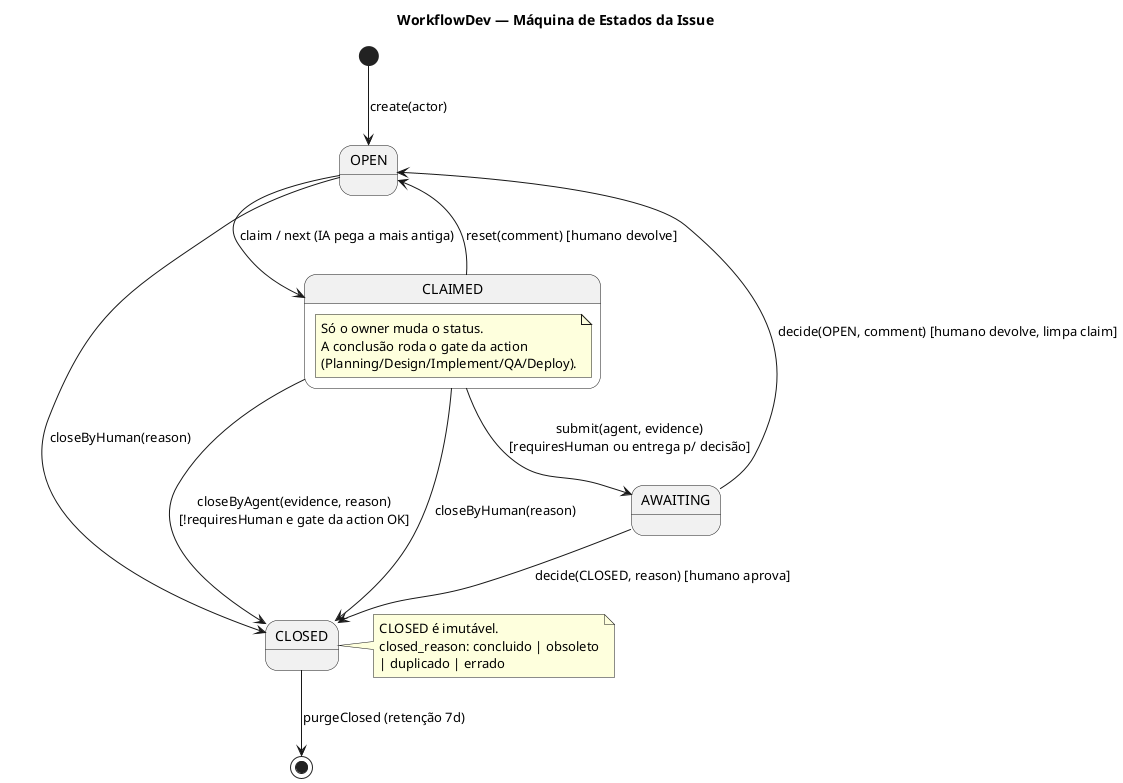
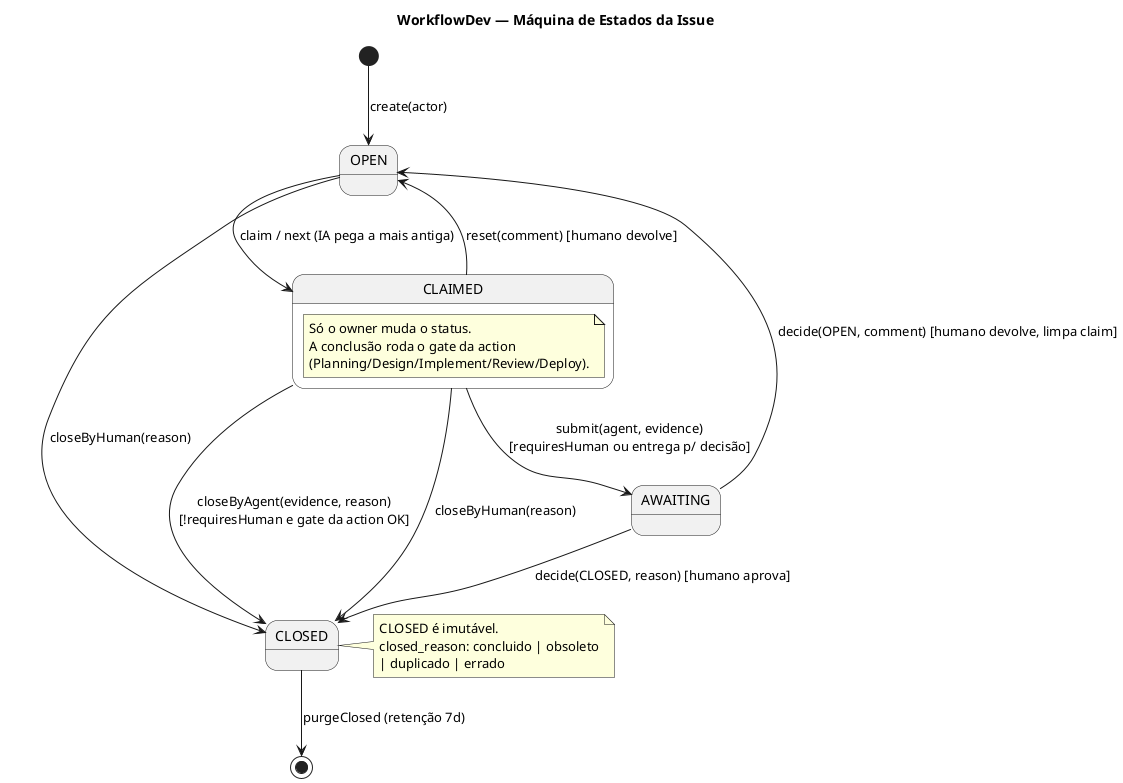
@startuml state-machine
title WorkflowDev — Máquina de Estados da Issue

[*] --> OPEN : create(actor)

OPEN --> CLAIMED : claim / next (IA pega a mais antiga)
OPEN --> CLOSED : closeByHuman(reason)

CLAIMED --> AWAITING : submit(agent, evidence)\n[requiresHuman ou entrega p/ decisão]
CLAIMED --> CLOSED : closeByAgent(evidence, reason)\n[!requiresHuman e gate da action OK]
CLAIMED --> OPEN : reset(comment) [humano devolve]
CLAIMED --> CLOSED : closeByHuman(reason)

AWAITING --> CLOSED : decide(CLOSED, reason) [humano aprova]
AWAITING --> OPEN : decide(OPEN, comment) [humano devolve, limpa claim]

CLOSED --> [*] : purgeClosed (retenção 7d)

state CLAIMED {
  note as N1
    Só o owner muda o status.
    A conclusão roda o gate da action
-     (Planning/Design/Implement/QA/Deploy).
+     (Planning/Design/Implement/Review/Deploy).
  end note
}

note right of CLOSED
  CLOSED é imutável.
  closed_reason: concluido | obsoleto
  | duplicado | errado
end note
@enduml
